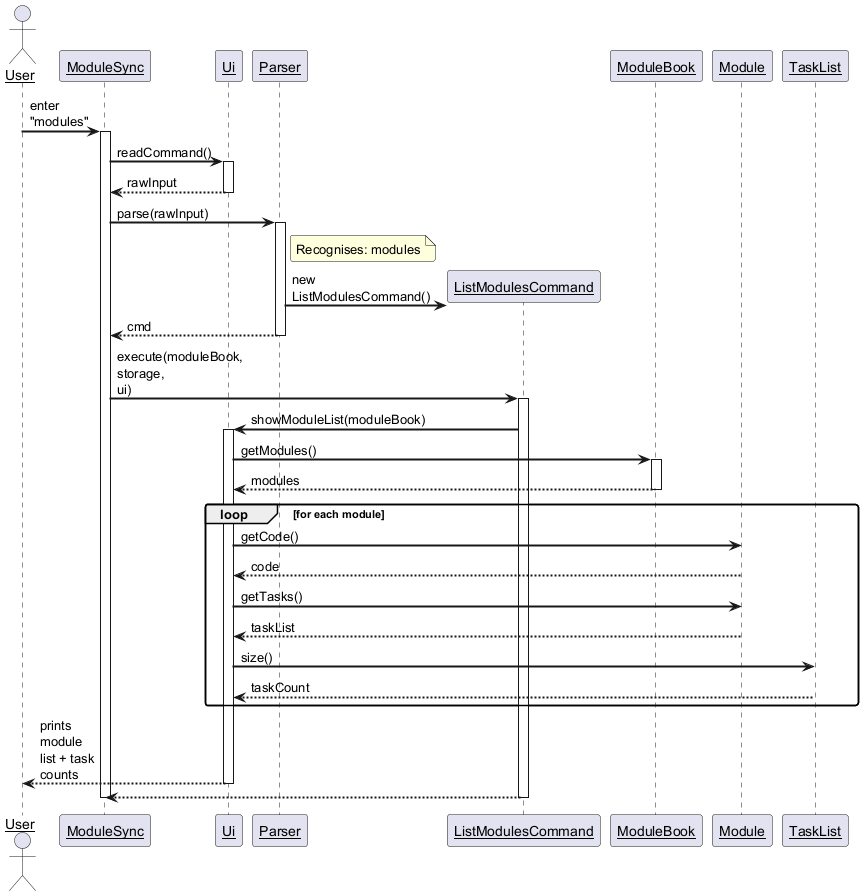
Earlier version of the PlantUML export docs/images/ListModulesSequenceDiagram.png (heeelol/tp). Its diagram source:
```plantuml
@startuml ListModulesSequenceDiagram

skinparam sequenceArrowThickness 2
skinparam roundcorner 5
skinparam maxmessagesize 60
skinparam sequenceParticipant underline

Actor User as user
Participant "ModuleSync" as app
Participant "Ui" as ui
Participant "Parser" as parser
Participant "ListModulesCommand" as cmd
Participant "ModuleBook" as moduleBook
Participant "Module" as module
Participant "TaskList" as taskList

user -> app : enter "modules"
activate app

app -> ui : readCommand()
activate ui
ui --> app : rawInput
deactivate ui

app -> parser : parse(rawInput)
activate parser

note right of parser
  Recognises: modules
end note

create cmd
parser -> cmd : new ListModulesCommand()
parser --> app : cmd
deactivate parser

app -> cmd : execute(moduleBook, storage, ui)
activate cmd

cmd -> ui : showModuleList(moduleBook)
activate ui
ui -> moduleBook : getModules()
activate moduleBook
moduleBook --> ui : modules
deactivate moduleBook

loop for each module
  ui -> module : getCode()
  module --> ui : code
  ui -> module : getTasks()
  module --> ui : taskList
  ui -> taskList : size()
  taskList --> ui : taskCount
end

ui --> user : prints module list + task counts
deactivate ui

cmd --> app
deactivate cmd

deactivate app

@enduml
```
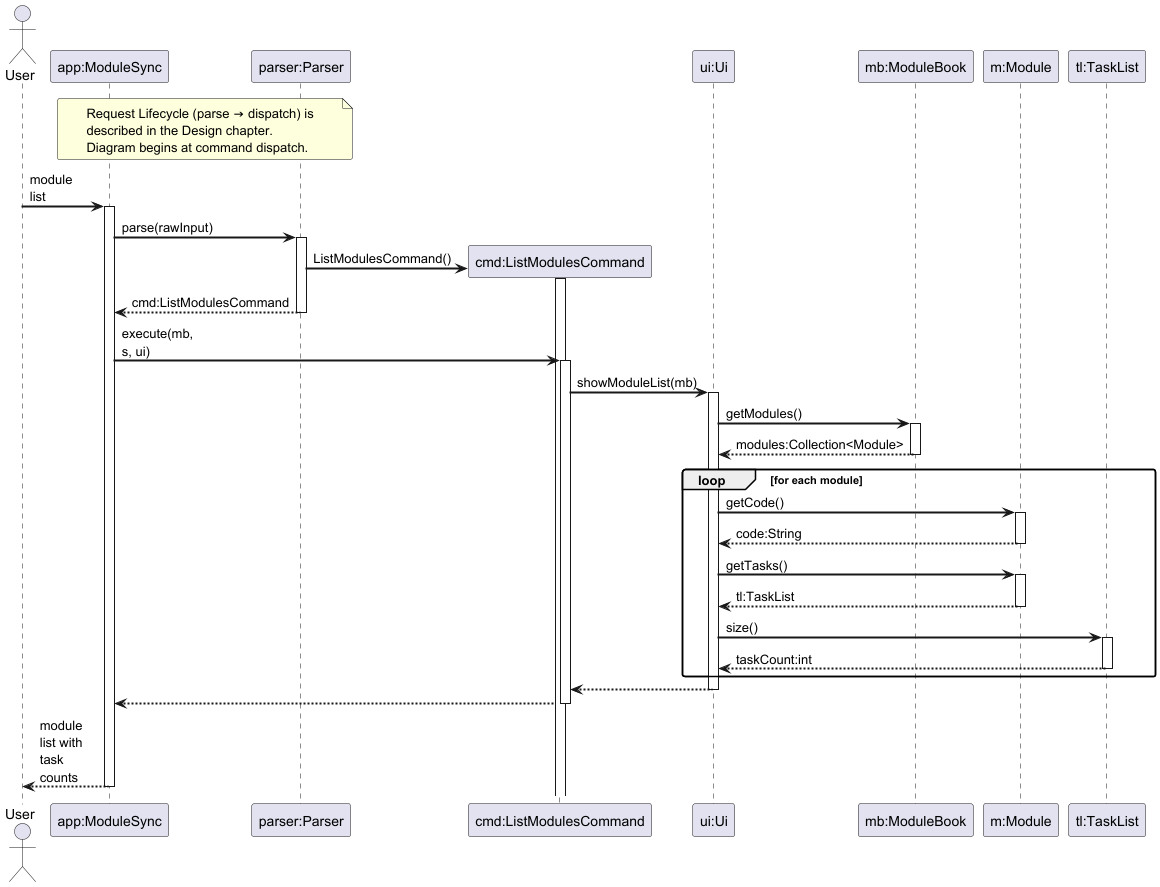
After the change.

Diff of the diagram source:
```diff
@@ -3,62 +3,71 @@
 skinparam sequenceArrowThickness 2
 skinparam roundcorner 5
 skinparam maxmessagesize 60
-skinparam sequenceParticipant underline
 
 Actor User as user
-Participant "ModuleSync" as app
-Participant "Ui" as ui
-Participant "Parser" as parser
-Participant "ListModulesCommand" as cmd
-Participant "ModuleBook" as moduleBook
-Participant "Module" as module
-Participant "TaskList" as taskList
+Participant "app:ModuleSync" as app
+Participant "parser:Parser" as parser
+Participant "cmd:ListModulesCommand" as cmd
+Participant "ui:Ui" as ui
+Participant "mb:ModuleBook" as moduleBook
+Participant "m:Module" as module
+Participant "tl:TaskList" as taskList
 
-user -> app : enter "modules"
+note over app, parser
+  Request Lifecycle (parse → dispatch) is
+  described in the Design chapter.
+  Diagram begins at command dispatch.
+end note
+
+user -> app : module list
 activate app
-
-app -> ui : readCommand()
-activate ui
-ui --> app : rawInput
-deactivate ui
 
 app -> parser : parse(rawInput)
 activate parser
 
-note right of parser
-  Recognises: modules
-end note
+create cmd
+parser -> cmd : ListModulesCommand()
+activate cmd
+deactivate cmd
 
-create cmd
-parser -> cmd : new ListModulesCommand()
-parser --> app : cmd
+parser --> app : cmd:ListModulesCommand
 deactivate parser
 
-app -> cmd : execute(moduleBook, storage, ui)
+app -> cmd : execute(mb, s, ui)
 activate cmd
 
-cmd -> ui : showModuleList(moduleBook)
+cmd -> ui : showModuleList(mb)
 activate ui
+
 ui -> moduleBook : getModules()
 activate moduleBook
-moduleBook --> ui : modules
+moduleBook --> ui : modules:Collection<Module>
 deactivate moduleBook
 
 loop for each module
   ui -> module : getCode()
-  module --> ui : code
+  activate module
+  module --> ui : code:String
+  deactivate module
+
   ui -> module : getTasks()
-  module --> ui : taskList
+  activate module
+  module --> ui : tl:TaskList
+  deactivate module
+
   ui -> taskList : size()
-  taskList --> ui : taskCount
+  activate taskList
+  taskList --> ui : taskCount:int
+  deactivate taskList
 end
 
-ui --> user : prints module list + task counts
+ui --> cmd
 deactivate ui
 
 cmd --> app
 deactivate cmd
 
+app --> user : module list with task counts
 deactivate app
 
 @enduml
```
